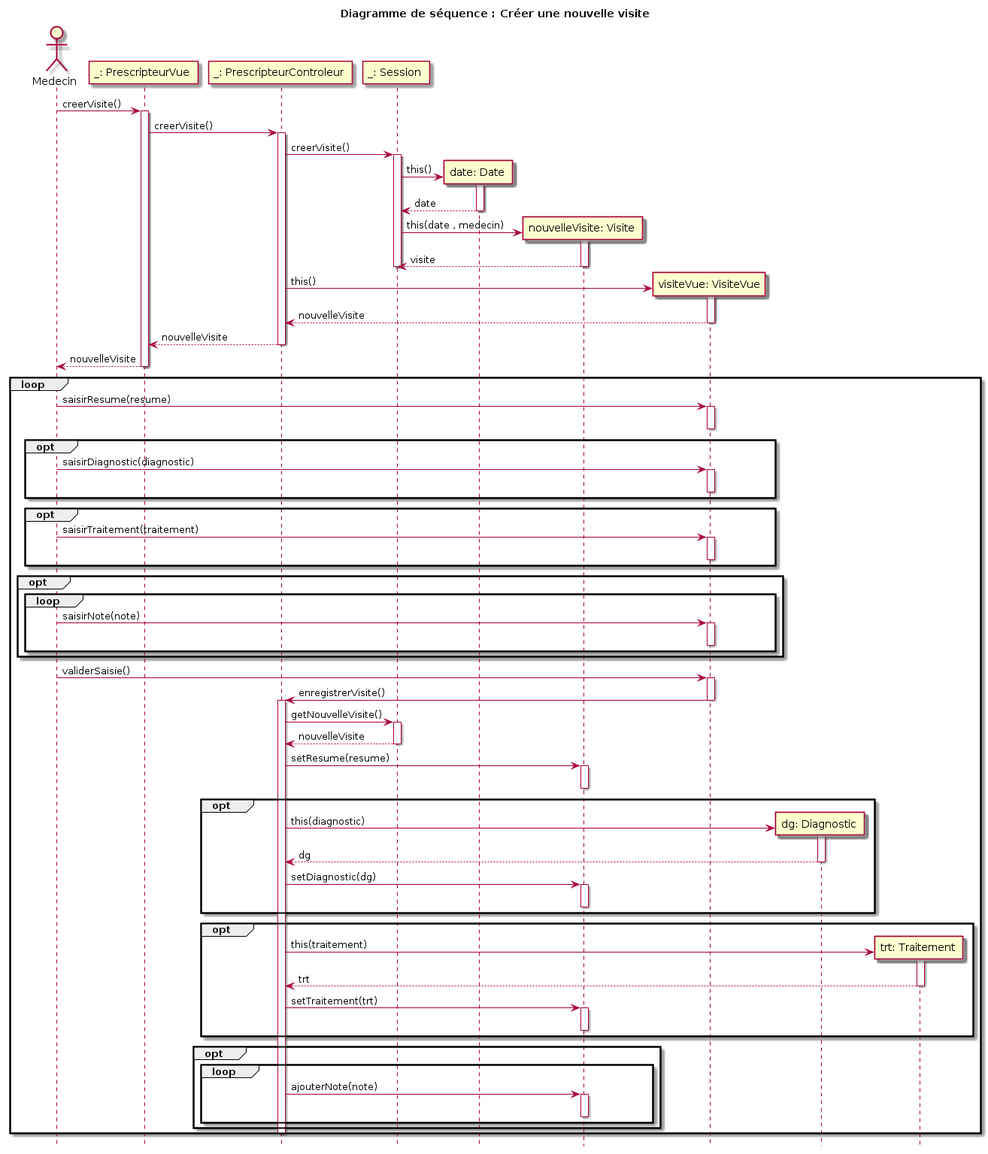
This is models/Diagramme_Sequences/Creer_visite/sequence_diagram_nouvelle_visite.png from fethiuqam/INF5153-Projet-Session, a PlantUML export, as it was before one commit.
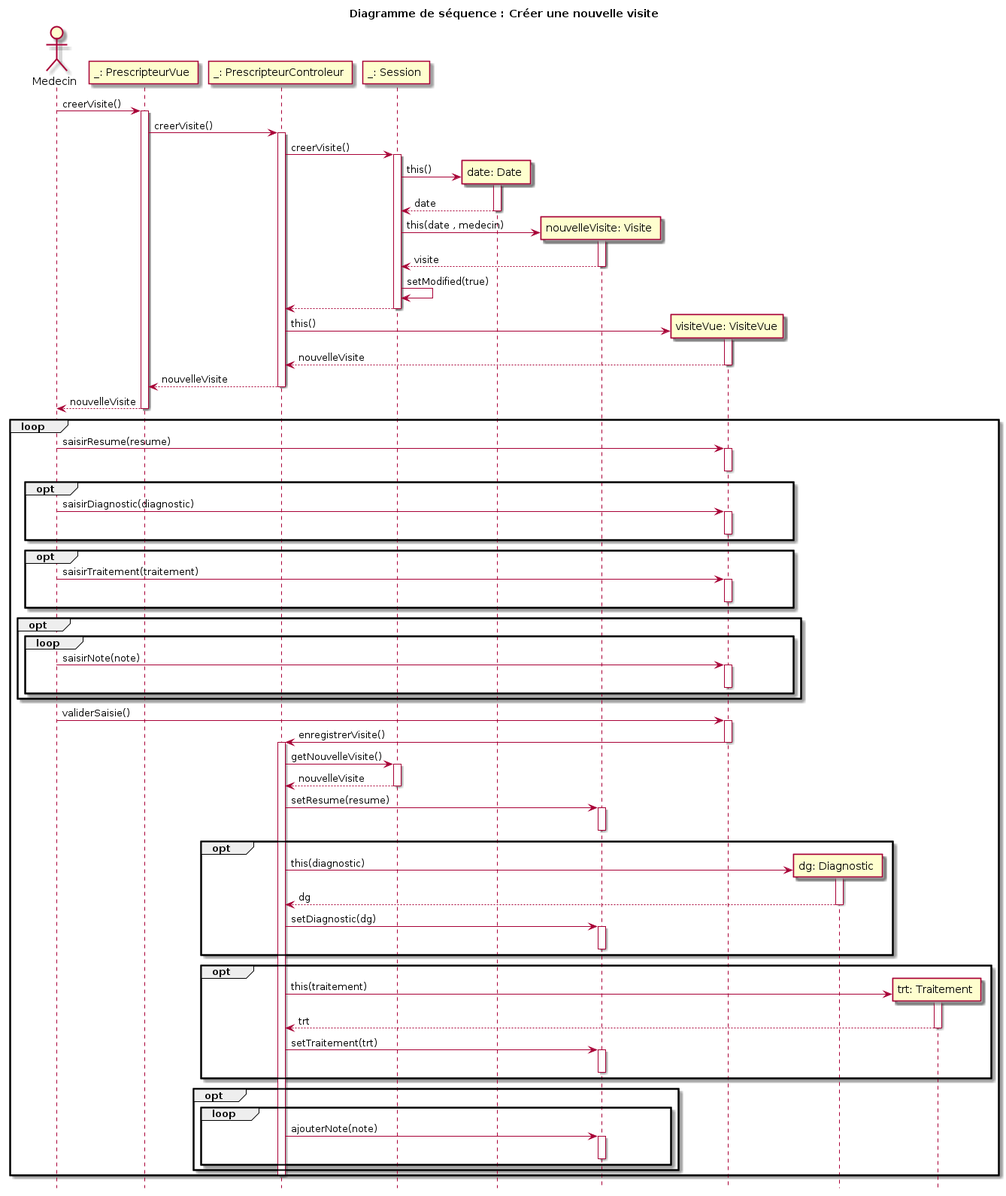
After the commit.

The edit, as a diff of the source:
```diff
@@ -26,6 +26,8 @@
         activate v
         v --> ssn : visite
         deactivate v
+        ssn -> ssn : setModified(true)
+        ssn --> pc
     deactivate ssn
 
     create participant "visiteVue: VisiteVue" as nvf
```
